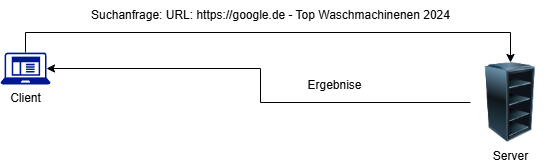
Earlier version of the draw.io export images/wiki.drawio.png (Exempler201/24-11-wiki). Source tidied: cells renumbered, new cells last; positions are measured from the earlier drawing's top-left corner, leaving out a move shared by most shapes.
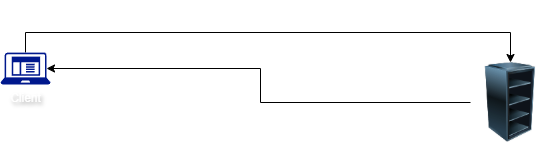
The same diagram one commit later.

Diff of the diagram source:
```diff
@@ -2,22 +2,22 @@
   <root>
     <mxCell id="0" />
     <mxCell id="1" parent="0" />
-    <mxCell id="2" style="edgeStyle=orthogonalEdgeStyle;rounded=0;jettySize=auto;html=1;exitX=0.5;exitY=0;exitDx=0;exitDy=0;exitPerimeter=0;entryX=0.5;entryY=0;entryDx=0;entryDy=0;" parent="1" edge="1" source="3" target="4">
+    <mxCell id="2" style="edgeStyle=orthogonalEdgeStyle;rounded=0;jettySize=auto;html=1;exitX=0.5;exitY=0;exitDx=0;exitDy=0;exitPerimeter=0;entryX=0.5;entryY=0;entryDx=0;entryDy=0;fontColor=#FFFFFF;labelBackgroundColor=none;" parent="1" edge="1" source="3" target="4">
       <mxGeometry relative="1" as="geometry" />
     </mxCell>
-    <mxCell id="3" value="Client" style="sketch=0;shadow=0;dashed=0;html=1;strokeColor=none;labelPosition=center;verticalLabelPosition=bottom;verticalAlign=top;align=center;fillColor=#00188D;shape=mxgraph.mscae.enterprise.client_application;" parent="1" vertex="1">
+    <mxCell id="3" value="Client" style="sketch=0;shadow=0;dashed=0;html=1;strokeColor=none;labelPosition=center;verticalLabelPosition=bottom;verticalAlign=top;align=center;fillColor=#00188D;shape=mxgraph.mscae.enterprise.client_application;fontColor=#FFFFFF;textShadow=1;" parent="1" vertex="1">
       <mxGeometry y="52" width="50" height="32" as="geometry" />
     </mxCell>
-    <mxCell id="4" value="Server" style="image;html=1;image=img/lib/clip_art/computers/Server_Rack_Empty_128x128.png;" parent="1" vertex="1">
+    <mxCell id="4" value="Server" style="image;html=1;image=img/lib/clip_art/computers/Server_Rack_Empty_128x128.png;labelBackgroundColor=none;fontColor=#FFFFFF;" parent="1" vertex="1">
       <mxGeometry x="470" y="62" width="80" height="80" as="geometry" />
     </mxCell>
-    <mxCell id="5" value="Suchanfrage: URL: https://google.de - Top Waschmachinenen 2024" style="text;html=1;align=center;verticalAlign=middle;strokeColor=none;fillColor=none;" parent="1" vertex="1">
+    <mxCell id="5" value="Suchanfrage: URL: https://google.de - Top Waschmachinenen 2024" style="text;html=1;align=center;verticalAlign=middle;strokeColor=none;fillColor=none;fontColor=#FFFFFF;" parent="1" vertex="1">
       <mxGeometry x="80" width="380" height="30" as="geometry" />
     </mxCell>
-    <mxCell id="6" style="edgeStyle=orthogonalEdgeStyle;rounded=0;jettySize=auto;html=1;exitX=0;exitY=0.5;exitDx=0;exitDy=0;entryX=0.92;entryY=0.5;entryDx=0;entryDy=0;entryPerimeter=0;" parent="1" edge="1" source="4" target="3">
+    <mxCell id="6" style="edgeStyle=orthogonalEdgeStyle;rounded=0;jettySize=auto;html=1;exitX=0;exitY=0.5;exitDx=0;exitDy=0;entryX=0.92;entryY=0.5;entryDx=0;entryDy=0;entryPerimeter=0;fontColor=#FFFFFF;labelBackgroundColor=none;" parent="1" edge="1" source="4" target="3">
       <mxGeometry relative="1" as="geometry" />
     </mxCell>
-    <mxCell id="7" value="Ergebnise" style="text;html=1;align=center;verticalAlign=middle;strokeColor=none;fillColor=none;" parent="1" vertex="1">
+    <mxCell id="7" value="Ergebnise" style="text;html=1;align=center;verticalAlign=middle;strokeColor=none;fillColor=none;fontColor=#FFFFFF;" parent="1" vertex="1">
       <mxGeometry x="294" y="70" width="80" height="30" as="geometry" />
     </mxCell>
   </root>
```
